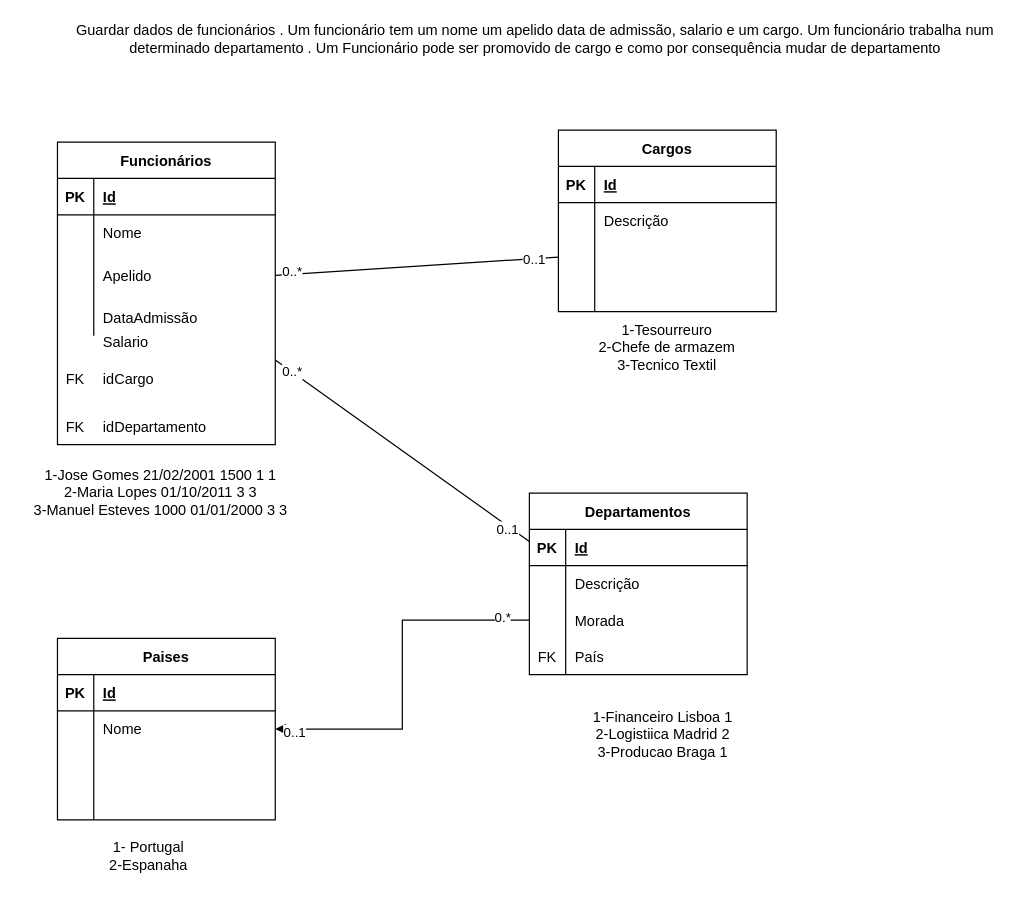
Earlier version of the draw.io diagram Diagrama sem nome.drawio (kanelastt/bd-). Source tidied: cells renumbered, new cells numbered last; positions are measured from the earlier drawing's top-left corner, leaving out a move shared by most shapes. Both pictures are drawn from the tidied source at 121%, with x=0, y=0 at pixel (21, 21).
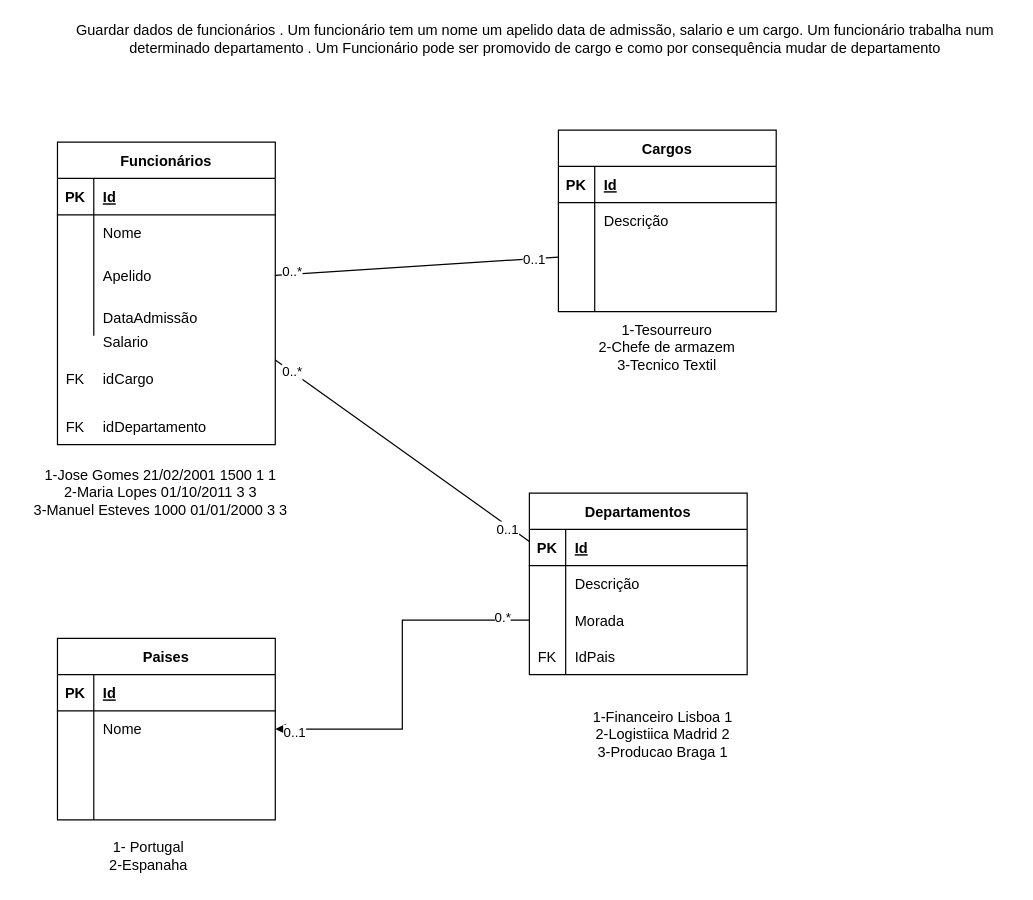
Above is the later version.

The change refers to these unchanged cells:
```xml
<mxCell id="47" style="shape=tableRow;horizontal=0;startSize=0;swimlaneHead=0;swimlaneBody=0;fillColor=none;top=0;left=0;right=0;bottom=0;" parent="37" vertex="1">
  <mxGeometry y="120" width="180" height="30" as="geometry" />
</mxCell>
```

What changed in the source:
```diff
@@
-    <mxCell id="49" value="País" style="shape=partialRectangle;fillColor=none;top=0;left=0;bottom=0;right=0;align=left;spacingLeft=6;overflow=hidden;" parent="47" vertex="1">
+    <mxCell id="49" value="IdPais" style="shape=partialRectangle;fillColor=none;top=0;left=0;bottom=0;right=0;align=left;spacingLeft=6;overflow=hidden;fontStyle=0;" parent="47" vertex="1">
       <mxGeometry x="30" width="150" height="30" as="geometry" />
     </mxCell>
```
